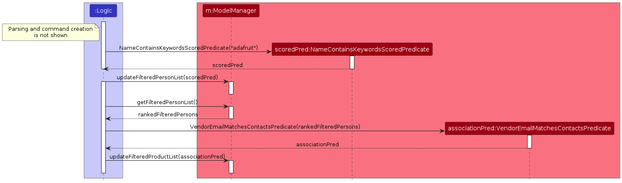
Earlier version of the PlantUML export diagrams/BetterSearchSequence.png (jolenechong/tp). Its source is kept beside it as diagrams/BetterSearchSequence.puml.
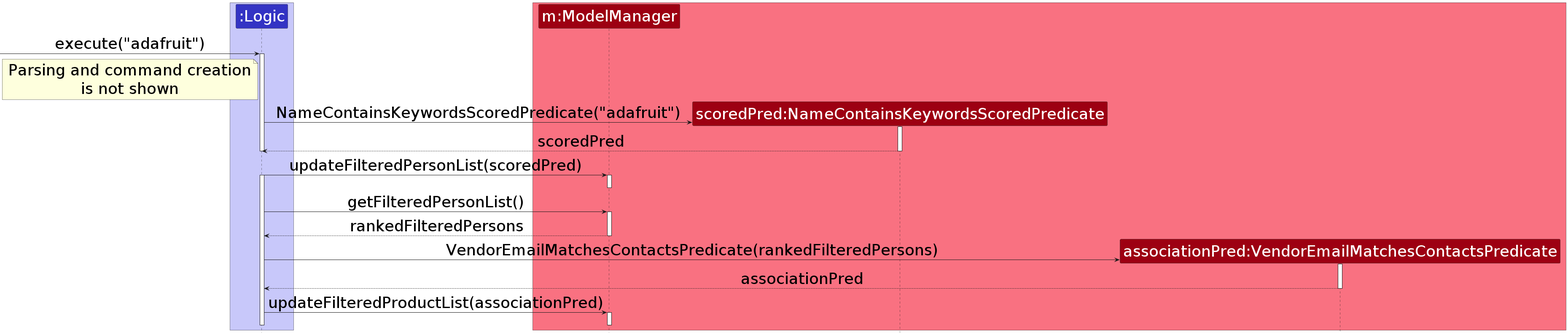
Above is the later version.

What changed in the source:
```diff
@@ -1,6 +1,7 @@
 @startuml
 !include style.puml
 skinparam ArrowFontStyle plain
+skinparam defaultFontSize 37
 
 box LOGIC_COLOR_T1
 participant ":Logic" as Logic LOGIC_COLOR
@@ -11,6 +12,8 @@
 participant "scoredPred:NameContainsKeywordsScoredPredicate" as sPred MODEL_COLOR
 participant "associationPred:VendorEmailMatchesContactsPredicate" as aPred MODEL_COLOR
 end box
+
+-> Logic : execute("adafruit")
 
 note left of Logic
 Parsing and command creation
```
